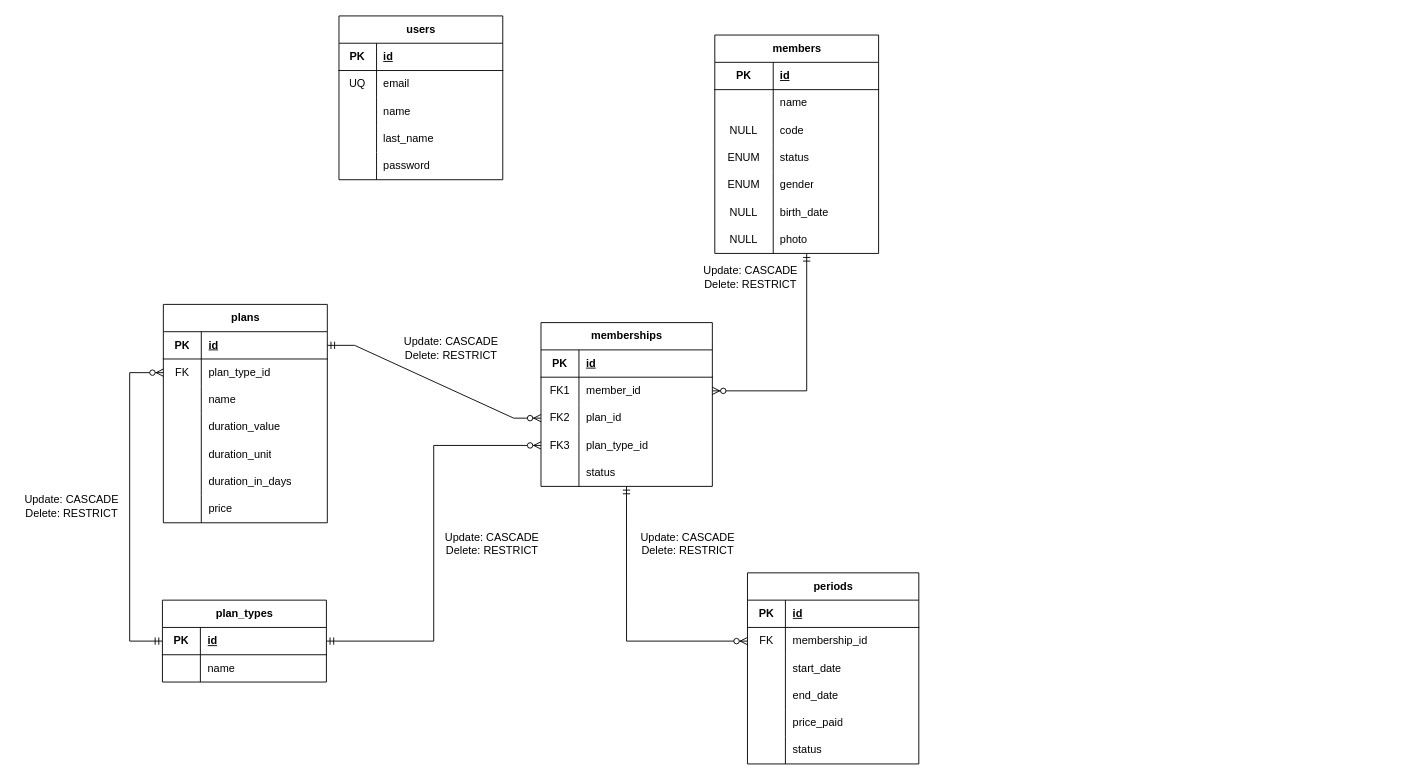
Earlier version of the draw.io diagram docs/logical-design.drawio (hdz-kevin/TecnoGym). Source tidied: cells renumbered, new cells numbered last; positions are measured from the earlier drawing's top-left corner, leaving out a move shared by most shapes. Both pictures are drawn from the tidied source at 91%, with x=0, y=0 at pixel (15, 15).
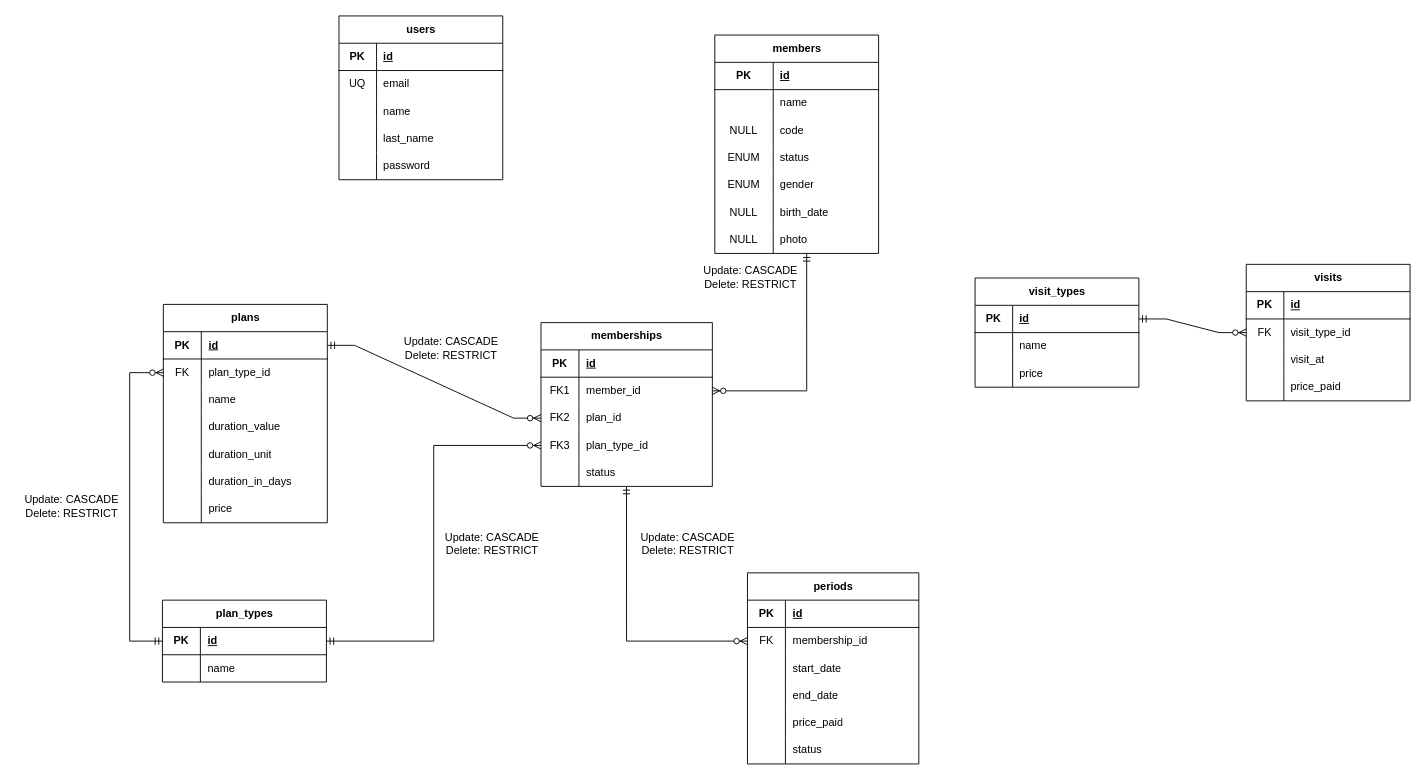
Above is the later version.

Commit message:
add tables to DB design for storing visits

What changed in the source:
```diff
@@
+    <mxCell id="115" value="visit_types" style="shape=table;startSize=30;childLayout=tableLayout;rowLines=0;fontStyle=1;align=center;html=1;" parent="1" vertex="1">
+      <mxGeometry x="1054" y="288" width="180" height="120" as="geometry" />
+    </mxCell>
+    <mxCell id="116" style="shape=tableRow;horizontal=0;startSize=0;swimlaneHead=0;swimlaneBody=0;fillColor=none;points=[[0,0.5],[1,0.5]];portConstraint=eastwest;top=0;left=0;right=0;bottom=1;" parent="115" vertex="1">
+      <mxGeometry y="30" width="180" height="30" as="geometry" />
+    </mxCell>
+    <mxCell id="117" value="PK" style="shape=partialRectangle;fillColor=none;top=0;left=0;bottom=0;right=0;fontStyle=1;overflow=hidden;whiteSpace=wrap;html=1;" parent="116" vertex="1">
+      <mxGeometry width="41.3" height="30" as="geometry" />
+    </mxCell>
+    <mxCell id="118" value="id" style="shape=partialRectangle;fillColor=none;top=0;left=0;bottom=0;right=0;align=left;spacingLeft=6;fontStyle=5;overflow=hidden;whiteSpace=wrap;html=1;" parent="116" vertex="1">
+      <mxGeometry x="41.3" width="138.7" height="30" as="geometry" />
+    </mxCell>
+    <mxCell id="119" style="shape=tableRow;horizontal=0;startSize=0;swimlaneHead=0;swimlaneBody=0;fillColor=none;top=0;left=0;right=0;bottom=0;" parent="115" vertex="1">
+      <mxGeometry y="60" width="180" height="30" as="geometry" />
+    </mxCell>
+    <mxCell id="120" style="shape=partialRectangle;fillColor=none;top=0;left=0;bottom=0;right=0;overflow=hidden;whiteSpace=wrap;html=1;" parent="119" vertex="1">
+      <mxGeometry width="41.3" height="30" as="geometry" />
+    </mxCell>
+    <mxCell id="121" value="name" style="shape=partialRectangle;fillColor=none;top=0;left=0;bottom=0;right=0;align=left;spacingLeft=6;overflow=hidden;whiteSpace=wrap;html=1;" parent="119" vertex="1">
+      <mxGeometry x="41.3" width="138.7" height="30" as="geometry" />
+    </mxCell>
+    <mxCell id="122" style="shape=tableRow;horizontal=0;startSize=0;swimlaneHead=0;swimlaneBody=0;fillColor=none;top=0;left=0;right=0;bottom=0;" parent="115" vertex="1">
+      <mxGeometry y="90" width="180" height="30" as="geometry" />
+    </mxCell>
+    <mxCell id="123" style="shape=partialRectangle;fillColor=none;top=0;left=0;bottom=0;right=0;overflow=hidden;whiteSpace=wrap;html=1;" parent="122" vertex="1">
+      <mxGeometry width="41.3" height="30" as="geometry" />
+    </mxCell>
+    <mxCell id="124" value="price" style="shape=partialRectangle;fillColor=none;top=0;left=0;bottom=0;right=0;align=left;spacingLeft=6;overflow=hidden;whiteSpace=wrap;html=1;" parent="122" vertex="1">
+      <mxGeometry x="41.3" width="138.7" height="30" as="geometry" />
+    </mxCell>
+    <mxCell id="125" value="visits" style="shape=table;startSize=30;childLayout=tableLayout;rowLines=0;fontStyle=1;align=center;html=1;" parent="1" vertex="1">
+      <mxGeometry x="1352" y="273" width="180" height="150" as="geometry" />
+    </mxCell>
+    <mxCell id="126" style="shape=tableRow;horizontal=0;startSize=0;swimlaneHead=0;swimlaneBody=0;fillColor=none;top=0;left=0;right=0;bottom=1;" parent="125" vertex="1">
+      <mxGeometry y="30" width="180" height="30" as="geometry" />
+    </mxCell>
+    <mxCell id="127" value="PK" style="shape=partialRectangle;fillColor=none;top=0;left=0;bottom=0;right=0;fontStyle=1;overflow=hidden;whiteSpace=wrap;html=1;" parent="126" vertex="1">
+      <mxGeometry width="41.3" height="30" as="geometry" />
+    </mxCell>
+    <mxCell id="128" value="id" style="shape=partialRectangle;fillColor=none;top=0;left=0;bottom=0;right=0;align=left;spacingLeft=6;fontStyle=5;overflow=hidden;whiteSpace=wrap;html=1;" parent="126" vertex="1">
+      <mxGeometry x="41.3" width="138.7" height="30" as="geometry" />
+    </mxCell>
+    <mxCell id="129" style="shape=tableRow;horizontal=0;startSize=0;swimlaneHead=0;swimlaneBody=0;fillColor=none;points=[[0,0.5],[1,0.5]];portConstraint=eastwest;top=0;left=0;right=0;bottom=0;" parent="125" vertex="1">
+      <mxGeometry y="60" width="180" height="30" as="geometry" />
+    </mxCell>
+    <mxCell id="130" value="FK" style="shape=partialRectangle;fillColor=none;top=0;left=0;bottom=0;right=0;overflow=hidden;whiteSpace=wrap;html=1;" parent="129" vertex="1">
+      <mxGeometry width="41.3" height="30" as="geometry" />
+    </mxCell>
+    <mxCell id="131" value="visit_type_id" style="shape=partialRectangle;fillColor=none;top=0;left=0;bottom=0;right=0;align=left;spacingLeft=6;overflow=hidden;whiteSpace=wrap;html=1;" parent="129" vertex="1">
+      <mxGeometry x="41.3" width="138.7" height="30" as="geometry" />
+    </mxCell>
+    <mxCell id="132" style="shape=tableRow;horizontal=0;startSize=0;swimlaneHead=0;swimlaneBody=0;fillColor=none;top=0;left=0;right=0;bottom=0;" parent="125" vertex="1">
+      <mxGeometry y="90" width="180" height="30" as="geometry" />
+    </mxCell>
+    <mxCell id="133" style="shape=partialRectangle;fillColor=none;top=0;left=0;bottom=0;right=0;overflow=hidden;whiteSpace=wrap;html=1;" parent="132" vertex="1">
+      <mxGeometry width="41.3" height="30" as="geometry" />
+    </mxCell>
+    <mxCell id="134" value="visit_at" style="shape=partialRectangle;fillColor=none;top=0;left=0;bottom=0;right=0;align=left;spacingLeft=6;overflow=hidden;whiteSpace=wrap;html=1;" parent="132" vertex="1">
+      <mxGeometry x="41.3" width="138.7" height="30" as="geometry" />
+    </mxCell>
+    <mxCell id="135" style="shape=tableRow;horizontal=0;startSize=0;swimlaneHead=0;swimlaneBody=0;fillColor=none;top=0;left=0;right=0;bottom=0;" parent="125" vertex="1">
+      <mxGeometry y="120" width="180" height="30" as="geometry" />
+    </mxCell>
+    <mxCell id="136" style="shape=partialRectangle;fillColor=none;top=0;left=0;bottom=0;right=0;overflow=hidden;whiteSpace=wrap;html=1;" parent="135" vertex="1">
+      <mxGeometry width="41.3" height="30" as="geometry" />
+    </mxCell>
+    <mxCell id="137" value="price_paid" style="shape=partialRectangle;fillColor=none;top=0;left=0;bottom=0;right=0;align=left;spacingLeft=6;overflow=hidden;whiteSpace=wrap;html=1;" parent="135" vertex="1">
+      <mxGeometry x="41.3" width="138.7" height="30" as="geometry" />
+    </mxCell>
+    <mxCell id="138" style="fontSize=12;html=1;endArrow=ERzeroToMany;startArrow=ERmandOne;rounded=0;exitX=1;exitY=0.5;exitDx=0;exitDy=0;entryX=0;entryY=0.5;entryDx=0;entryDy=0;edgeStyle=entityRelationEdgeStyle;" parent="1" edge="1" source="116" target="129">
+      <mxGeometry relative="1" as="geometry" />
+    </mxCell>
```
